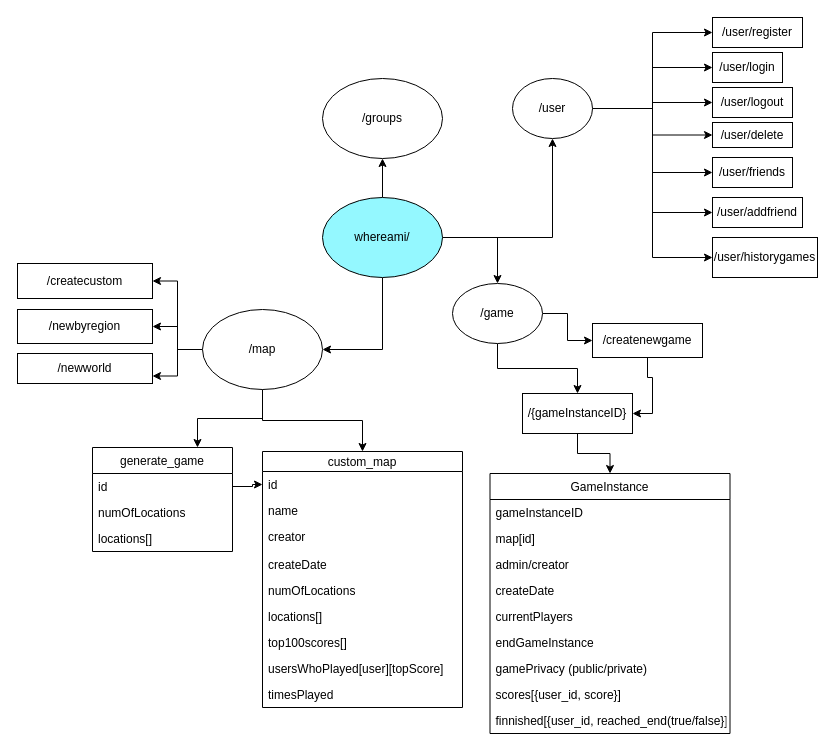
Above: architecture/architecture.drawio in jphjsoares/whereami (draw.io), before the change. Source tidied: cells renumbered, new cells numbered last; positions are measured from the earlier drawing's top-left corner, leaving out a move shared by most shapes. Both pictures are drawn from the tidied source at 100%, with x=0, y=0 at pixel (17, 17).
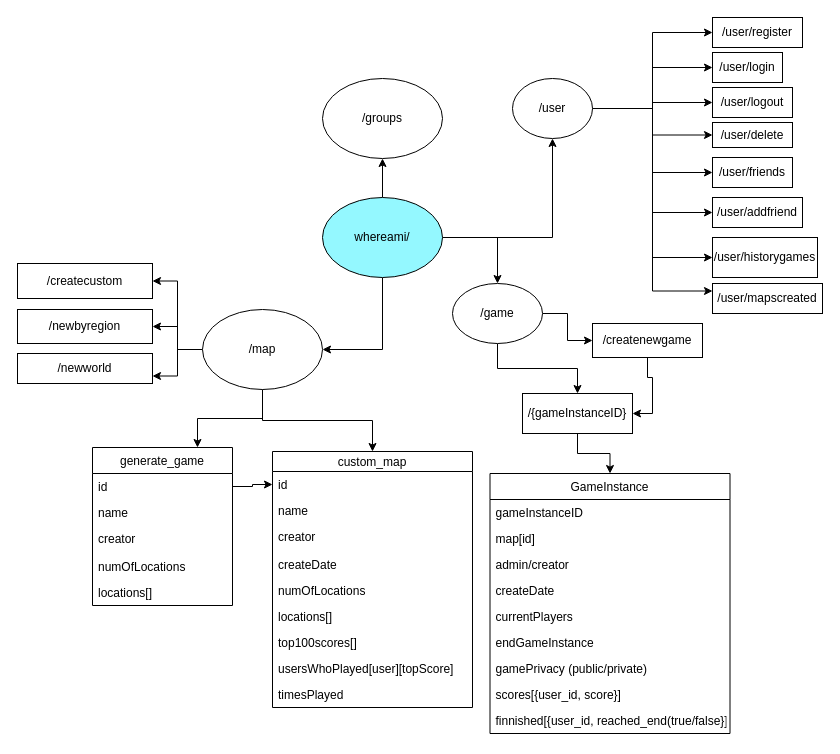
Above is the later version.

The change refers to these unchanged cells:
```xml
<mxCell id="14" value="/user" style="ellipse;whiteSpace=wrap;html=1;" parent="1" vertex="1">
  <mxGeometry x="495" y="61" width="80" height="60" as="geometry" />
</mxCell>
```

Change to the diagram source:
```diff
@@
+    <mxCell id="64" style="edgeStyle=orthogonalEdgeStyle;rounded=0;jettySize=auto;html=1;entryX=0;entryY=0.25;entryDx=0;entryDy=0;" parent="1" edge="1" source="14" target="67">
+      <mxGeometry relative="1" as="geometry" />
+    </mxCell>
@@
     <mxCell id="24" value="custom_map" style="swimlane;fontStyle=0;horizontal=1;startSize=20;fillColor=none;" parent="1" vertex="1">
-      <mxGeometry x="245" y="434" width="200" height="256" as="geometry" />
+      <mxGeometry x="255" y="434" width="200" height="256" as="geometry" />
     </mxCell>
@@
     <mxCell id="58" value="generate_game" style="swimlane;fontStyle=0;horizontal=1;startSize=26;fillColor=none;" parent="1" vertex="1">
-      <mxGeometry x="75" y="430" width="140" height="104" as="geometry" />
+      <mxGeometry x="75" y="430" width="140" height="158" as="geometry" />
     </mxCell>
@@
+    <mxCell id="65" value="name" style="text;strokeColor=none;fillColor=none;align=left;verticalAlign=top;spacingLeft=4;spacingRight=4;overflow=hidden;" parent="58" vertex="1">
+      <mxGeometry y="52" width="140" height="26" as="geometry" />
+    </mxCell>
+    <mxCell id="66" value="creator" style="text;strokeColor=none;fillColor=none;align=left;verticalAlign=top;spacingLeft=4;spacingRight=4;overflow=hidden;" parent="58" vertex="1">
+      <mxGeometry y="78" width="140" height="28" as="geometry" />
+    </mxCell>
     <mxCell id="60" value="numOfLocations" style="text;strokeColor=none;fillColor=none;align=left;verticalAlign=top;spacingLeft=4;spacingRight=4;overflow=hidden;" parent="58" vertex="1">
-      <mxGeometry y="52" width="140" height="26" as="geometry" />
+      <mxGeometry y="106" width="140" height="26" as="geometry" />
     </mxCell>
     <mxCell id="61" value="locations[]" style="text;strokeColor=none;fillColor=none;align=left;verticalAlign=top;spacingLeft=4;spacingRight=4;overflow=hidden;" parent="58" vertex="1">
-      <mxGeometry y="78" width="140" height="26" as="geometry" />
+      <mxGeometry y="132" width="140" height="26" as="geometry" />
     </mxCell>
@@
+    <mxCell id="67" value="/user/mapscreated" style="rounded=0;whiteSpace=wrap;html=1;" parent="1" vertex="1">
+      <mxGeometry x="695" y="266" width="110" height="30" as="geometry" />
+    </mxCell>
```
